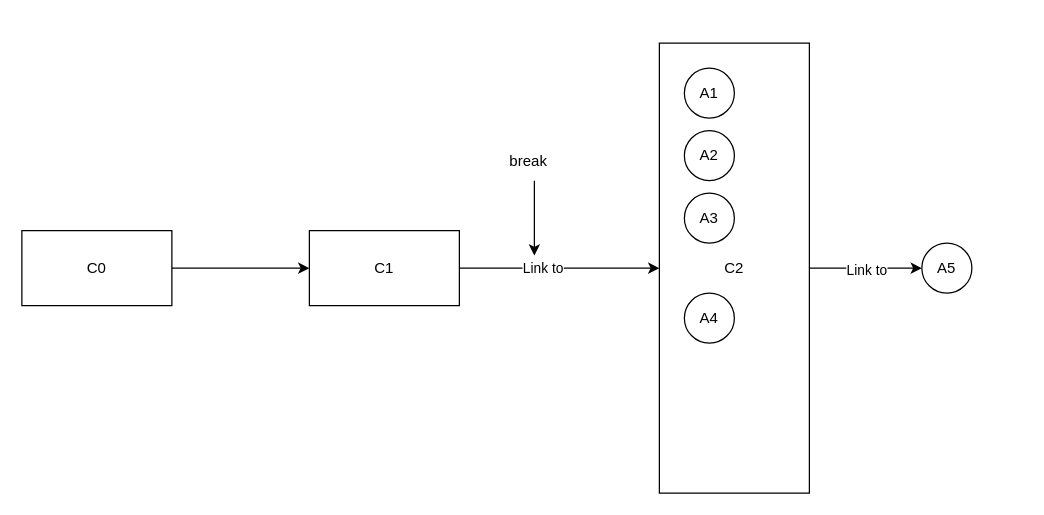
This is page "Delinking-1" (6 of 7) of misc.drawio from Seandor/diagrams-storage, a draw.io file, before an edit. Source tidied: cells renumbered, new cells numbered last; positions are measured from the earlier drawing's top-left corner, leaving out a move shared by most shapes. Both pictures are drawn from the tidied source at 125%, with x=0, y=0 at pixel (21, 42).
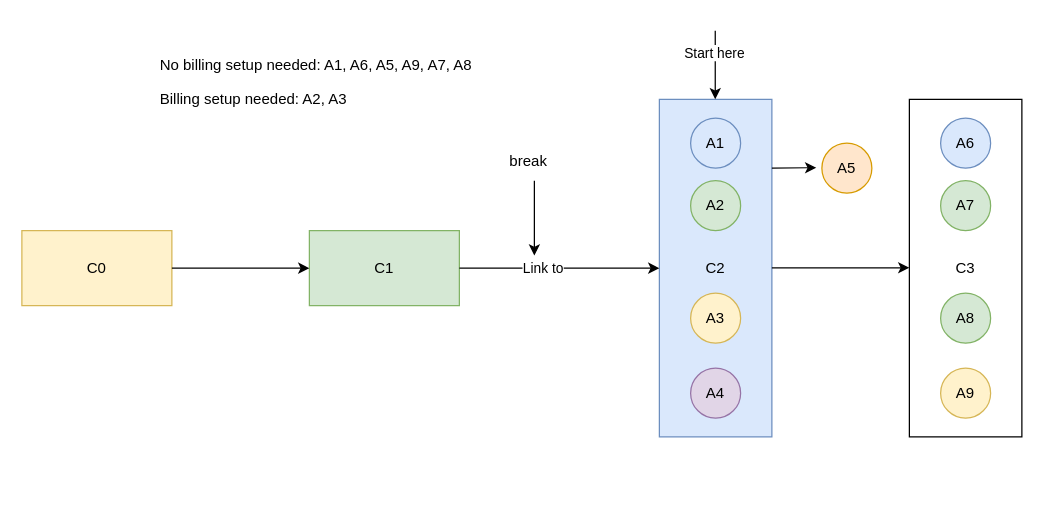
The same page after the edit.

Change to the diagram source:
```diff
@@
-    <mxCell id="2" value="C1" style="rounded=0;whiteSpace=wrap;html=1;" parent="1" vertex="1">
+    <mxCell id="2" value="C1" style="rounded=0;whiteSpace=wrap;html=1;fillColor=#d5e8d4;strokeColor=#82b366;" parent="1" vertex="1">
       <mxGeometry x="230" y="150" width="120" height="60" as="geometry" />
     </mxCell>
-    <mxCell id="3" value="C2" style="whiteSpace=wrap;html=1;" parent="1" vertex="1">
-      <mxGeometry x="510" width="120" height="360" as="geometry" />
+    <mxCell id="3" value="C2" style="whiteSpace=wrap;html=1;fillColor=#dae8fc;strokeColor=#6c8ebf;" parent="1" vertex="1">
+      <mxGeometry x="510" y="45" width="90" height="270" as="geometry" />
     </mxCell>
@@
-    <mxCell id="6" value="A1" style="ellipse;whiteSpace=wrap;html=1;" parent="1" vertex="1">
-      <mxGeometry x="530" y="20" width="40" height="40" as="geometry" />
+    <mxCell id="6" value="A1" style="ellipse;whiteSpace=wrap;html=1;fillColor=#dae8fc;strokeColor=#6c8ebf;" parent="1" vertex="1">
+      <mxGeometry x="535" y="60" width="40" height="40" as="geometry" />
     </mxCell>
-    <mxCell id="7" value="A2" style="ellipse;whiteSpace=wrap;html=1;" parent="1" vertex="1">
-      <mxGeometry x="530" y="70" width="40" height="40" as="geometry" />
+    <mxCell id="7" value="A2" style="ellipse;whiteSpace=wrap;html=1;fillColor=#d5e8d4;strokeColor=#82b366;" parent="1" vertex="1">
+      <mxGeometry x="535" y="110" width="40" height="40" as="geometry" />
     </mxCell>
-    <mxCell id="8" value="A3" style="ellipse;whiteSpace=wrap;html=1;" parent="1" vertex="1">
-      <mxGeometry x="530" y="120" width="40" height="40" as="geometry" />
+    <mxCell id="8" value="A3" style="ellipse;whiteSpace=wrap;html=1;fillColor=#fff2cc;strokeColor=#d6b656;" parent="1" vertex="1">
+      <mxGeometry x="535" y="200" width="40" height="40" as="geometry" />
     </mxCell>
-    <mxCell id="9" value="A4" style="ellipse;whiteSpace=wrap;html=1;" parent="1" vertex="1">
-      <mxGeometry x="530" y="200" width="40" height="40" as="geometry" />
+    <mxCell id="9" value="A4" style="ellipse;whiteSpace=wrap;html=1;fillColor=#e1d5e7;strokeColor=#9673a6;" parent="1" vertex="1">
+      <mxGeometry x="535" y="260" width="40" height="40" as="geometry" />
     </mxCell>
-    <mxCell id="10" value="A5" style="ellipse;whiteSpace=wrap;html=1;" parent="1" vertex="1">
-      <mxGeometry x="720" y="160" width="40" height="40" as="geometry" />
-    </mxCell>
-    <mxCell id="11" style="endArrow=classic;html=1;rounded=0;exitX=1;exitY=0.5;exitDx=0;exitDy=0;entryX=0;entryY=0.5;entryDx=0;entryDy=0;" parent="1" edge="1" source="3" target="10">
-      <mxGeometry relative="1" as="geometry" />
-    </mxCell>
-    <mxCell id="12" value="Link to" style="edgeLabel;html=1;align=center;verticalAlign=middle;" parent="11" vertex="1">
-      <mxGeometry x="0.01" y="-1" relative="1" as="geometry" />
-    </mxCell>
@@
-    <mxCell id="15" value="C0" style="rounded=0;whiteSpace=wrap;html=1;" parent="1" vertex="1">
+    <mxCell id="15" value="C0" style="rounded=0;whiteSpace=wrap;html=1;fillColor=#fff2cc;strokeColor=#d6b656;" parent="1" vertex="1">
       <mxGeometry y="150" width="120" height="60" as="geometry" />
     </mxCell>
@@
+    <mxCell id="10" value="A5" style="ellipse;whiteSpace=wrap;html=1;fillColor=#ffe6cc;strokeColor=#d79b00;" parent="1" vertex="1">
+      <mxGeometry x="640" y="80" width="40" height="40" as="geometry" />
+    </mxCell>
+    <mxCell id="17" style="endArrow=classic;html=1;rounded=0;entryX=-0.112;entryY=0.491;entryDx=0;entryDy=0;entryPerimeter=0;" parent="1" edge="1" target="10">
+      <mxGeometry relative="1" as="geometry">
+        <mxPoint x="600" y="100" as="sourcePoint" />
+      </mxGeometry>
+    </mxCell>
+    <mxCell id="18" style="endArrow=classic;html=1;rounded=0;exitX=1;exitY=0.5;exitDx=0;exitDy=0;entryX=0;entryY=0.5;entryDx=0;entryDy=0;" parent="1" edge="1">
+      <mxGeometry relative="1" as="geometry">
+        <mxPoint x="600" y="179.7" as="sourcePoint" />
+        <mxPoint x="710" y="179.7" as="targetPoint" />
+      </mxGeometry>
+    </mxCell>
+    <mxCell id="19" value="C3" style="whiteSpace=wrap;html=1;" parent="1" vertex="1">
+      <mxGeometry x="710" y="45" width="90" height="270" as="geometry" />
+    </mxCell>
+    <mxCell id="20" value="A6" style="ellipse;whiteSpace=wrap;html=1;fillColor=#dae8fc;strokeColor=#6c8ebf;" parent="1" vertex="1">
+      <mxGeometry x="735" y="60" width="40" height="40" as="geometry" />
+    </mxCell>
+    <mxCell id="21" value="A7" style="ellipse;whiteSpace=wrap;html=1;fillColor=#d5e8d4;strokeColor=#82b366;" parent="1" vertex="1">
+      <mxGeometry x="735" y="110" width="40" height="40" as="geometry" />
+    </mxCell>
+    <mxCell id="22" value="A8" style="ellipse;whiteSpace=wrap;html=1;fillColor=#d5e8d4;strokeColor=#82b366;" parent="1" vertex="1">
+      <mxGeometry x="735" y="200" width="40" height="40" as="geometry" />
+    </mxCell>
+    <mxCell id="23" value="A9" style="ellipse;whiteSpace=wrap;html=1;fillColor=#fff2cc;strokeColor=#d6b656;" parent="1" vertex="1">
+      <mxGeometry x="735" y="260" width="40" height="40" as="geometry" />
+    </mxCell>
+    <mxCell id="24" value="No billing setup needed: A1, A6, A5, A9, A7, A8&lt;div&gt;&lt;div&gt;&lt;br&gt;&lt;/div&gt;&lt;/div&gt;" style="text;html=1;align=center;verticalAlign=middle;strokeColor=none;fillColor=none;" parent="1" vertex="1">
+      <mxGeometry x="100" y="5" width="270" height="40" as="geometry" />
+    </mxCell>
+    <mxCell id="25" value="Billing setup needed: A2, A3" style="text;html=1;align=center;verticalAlign=middle;strokeColor=none;fillColor=none;" parent="1" vertex="1">
+      <mxGeometry x="100" y="30" width="170" height="30" as="geometry" />
+    </mxCell>
+    <mxCell id="26" style="endArrow=classic;html=1;rounded=0;" parent="1" edge="1">
+      <mxGeometry relative="1" as="geometry">
+        <mxPoint x="554.7" y="-10" as="sourcePoint" />
+        <mxPoint x="554.7" y="45" as="targetPoint" />
+      </mxGeometry>
+    </mxCell>
+    <mxCell id="27" value="Start here" style="edgeLabel;html=1;align=center;verticalAlign=middle;" parent="26" vertex="1">
+      <mxGeometry x="-0.37" y="-1" relative="1" as="geometry" />
+    </mxCell>
```
